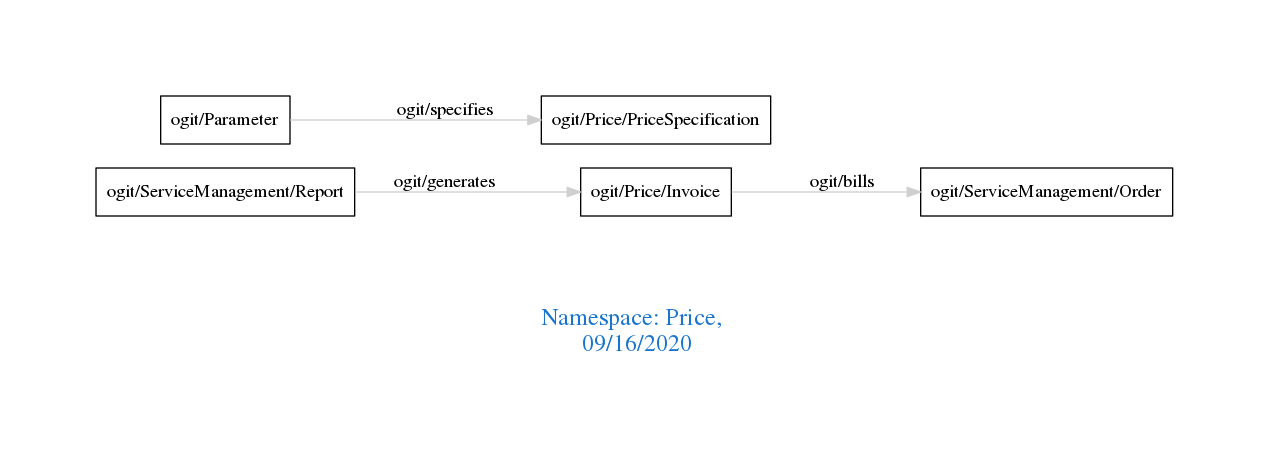
Above: downloads/Price.png in arago/OGIT (Graphviz), before the change. Its source is kept beside it as downloads/Price.dot.
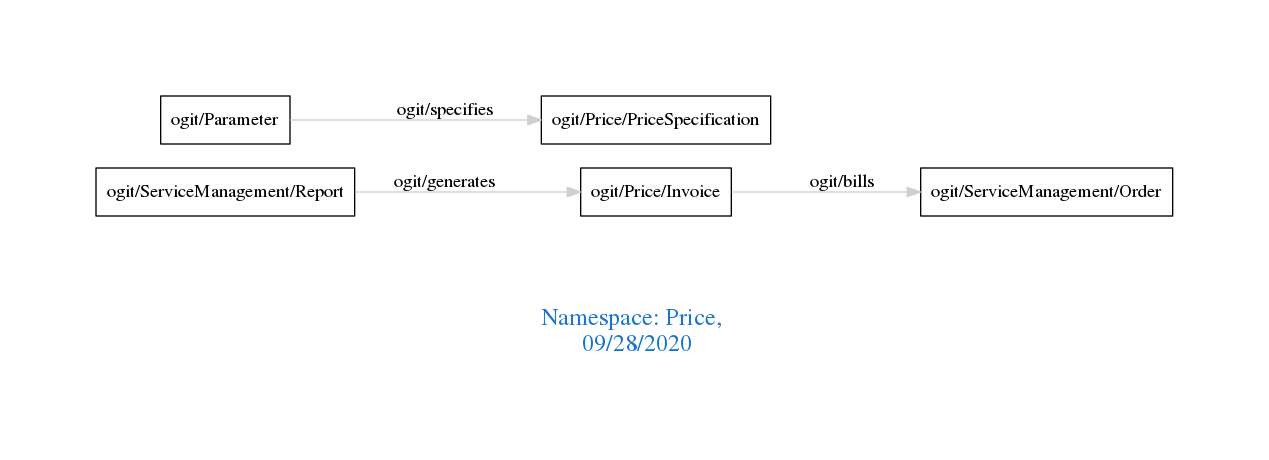
After the change.

The edit, as a diff of the source:
```diff
@@ -1,7 +1,7 @@
 digraph OGIT_ontology {
  graph [ rankdir= LR,pad=1
 fontsize = 18,
-fontcolor= dodgerblue3,label = "\n\n\nNamespace: Price, \n 09/16/2020"];
+fontcolor= dodgerblue3,label = "\n\n\nNamespace: Price, \n 09/28/2020"];
 node[shape=polygon];
 edge [  color="gray81"];
 
```
